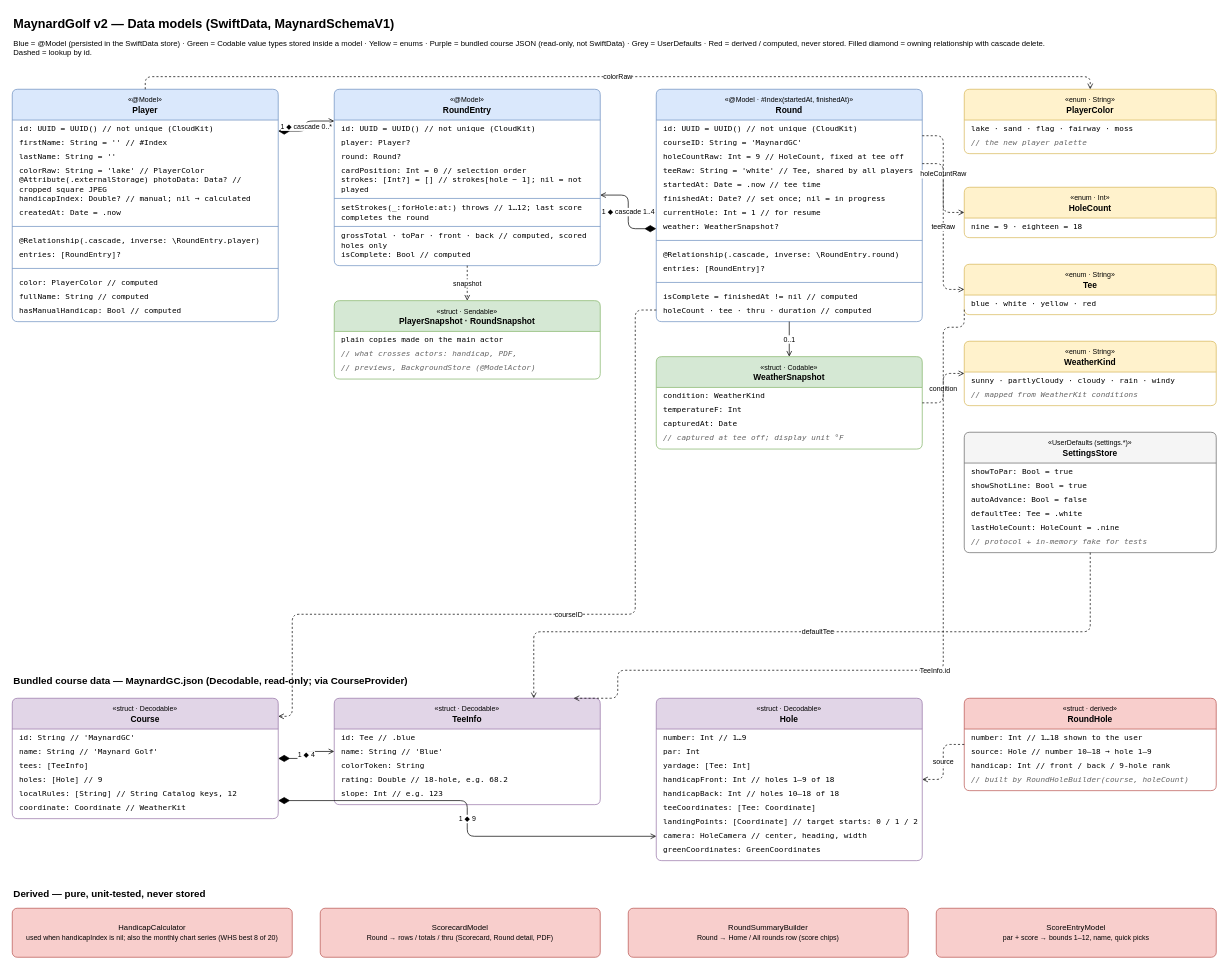
This is page "SwiftData models (schema v2)" (1 of 2) of docs/data-model.drawio from tassinari/MaynardGolf, a draw.io file, before an edit. Source tidied: cells renumbered, new cells numbered last; positions are measured from the earlier drawing's top-left corner, leaving out a move shared by most shapes. Both pictures are drawn from the tidied source at 70%, with x=0, y=0 at pixel (12, 12).
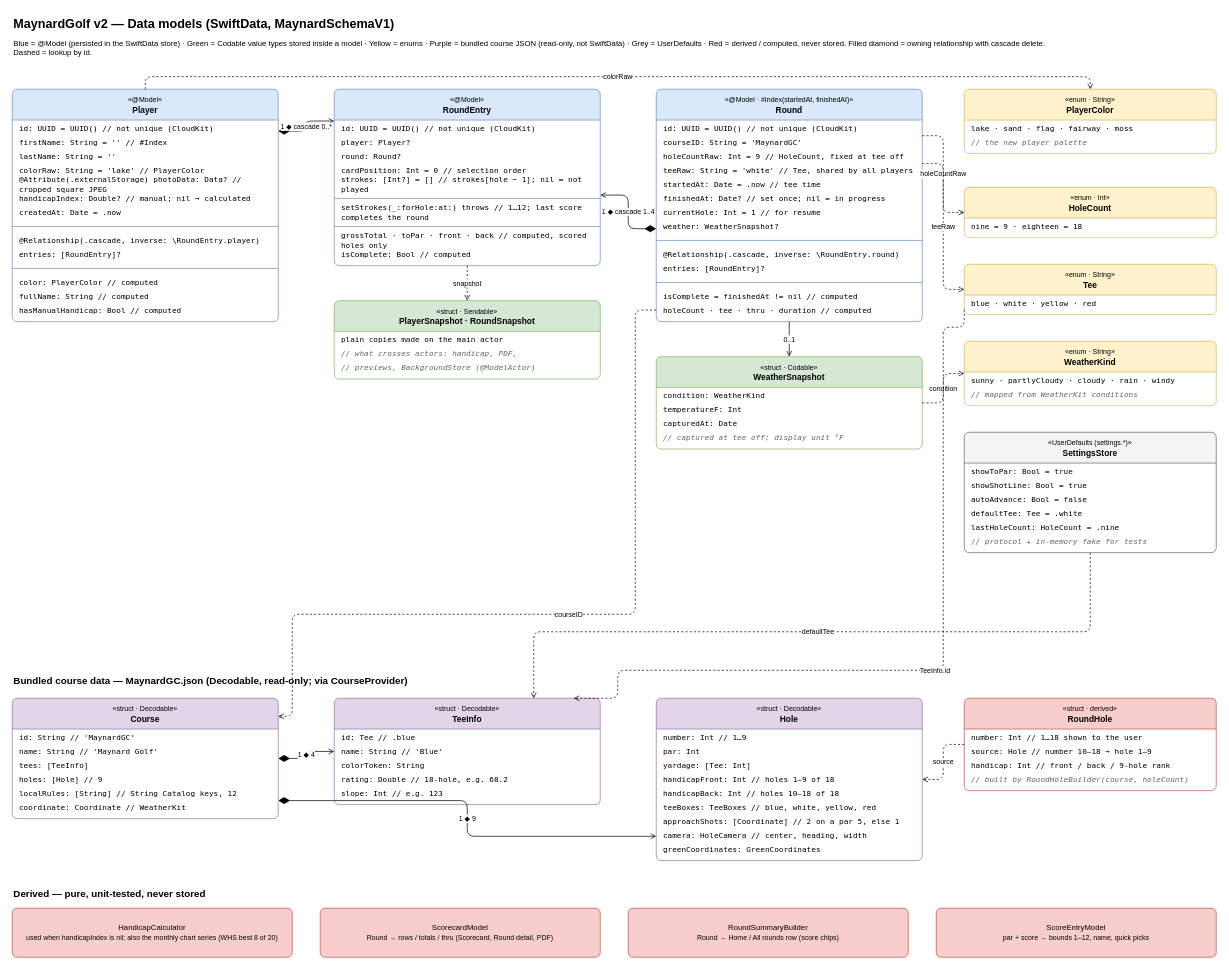
Above is the later version.

Unchanged cells that the change refers to:
```xml
<mxCell id="85" value="&lt;font style='font-size:10px'&gt;«struct · Decodable»&lt;/font&gt;&lt;br&gt;&lt;b&gt;Hole&lt;/b&gt;" style="swimlane;html=1;fontStyle=0;align=center;startSize=44;fillColor=#e1d5e7;strokeColor=#9673a6;swimlaneFillColor=#ffffff;rounded=1;arcSize=6;whiteSpace=wrap;" parent="1" vertex="1">
  <mxGeometry x="920" y="980" width="380" height="232" as="geometry" />
</mxCell>
```

Change to the diagram source:
```diff
@@
-    <mxCell id="91" value="teeCoordinates: [Tee: Coordinate]" style="text;html=1;strokeColor=none;fillColor=none;align=left;verticalAlign=middle;spacingLeft=8;fontSize=11;fontFamily=Menlo;whiteSpace=wrap;" parent="85" vertex="1">
+    <mxCell id="91" value="teeBoxes: TeeBoxes   // blue, white, yellow, red" style="text;html=1;strokeColor=none;fillColor=none;align=left;verticalAlign=middle;spacingLeft=8;fontSize=11;fontFamily=Menlo;whiteSpace=wrap;" parent="85" vertex="1">
       <mxGeometry y="146" width="380" height="20" as="geometry" />
     </mxCell>
-    <mxCell id="92" value="landingPoints: [Coordinate]   // target starts: 0 / 1 / 2" style="text;html=1;strokeColor=none;fillColor=none;align=left;verticalAlign=middle;spacingLeft=8;fontSize=11;fontFamily=Menlo;whiteSpace=wrap;" parent="85" vertex="1">
+    <mxCell id="92" value="approachShots: [Coordinate]   // 2 on a par 5, else 1" style="text;html=1;strokeColor=none;fillColor=none;align=left;verticalAlign=middle;spacingLeft=8;fontSize=11;fontFamily=Menlo;whiteSpace=wrap;" parent="85" vertex="1">
       <mxGeometry y="166" width="380" height="20" as="geometry" />
     </mxCell>
```
